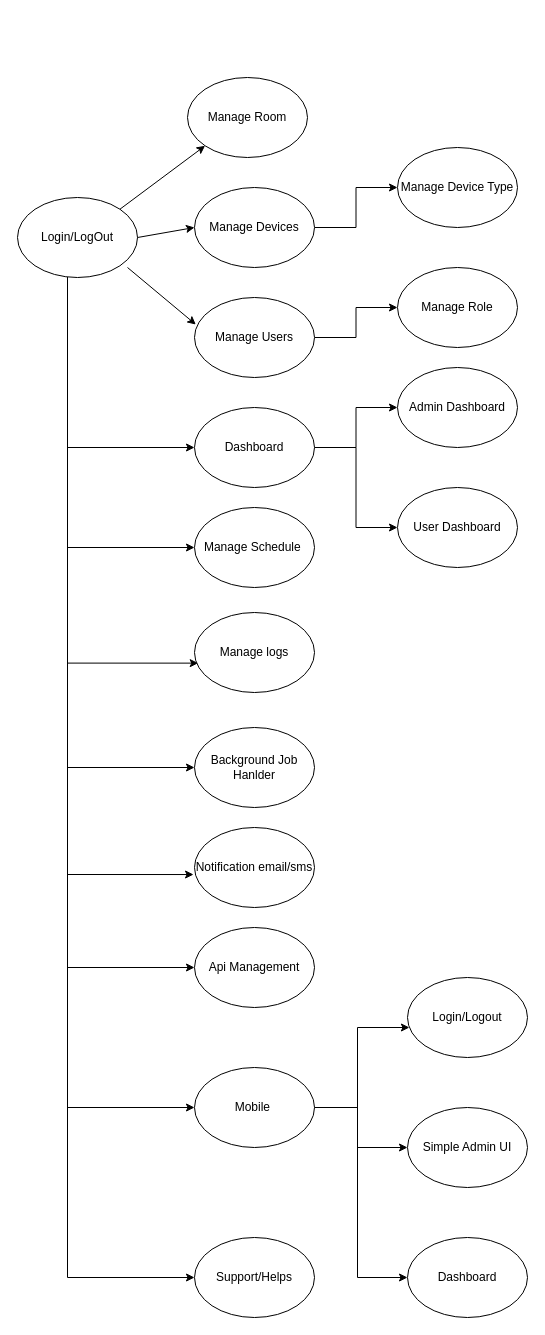
Earlier version of the draw.io diagram Untitled Diagram.drawio (luonghongthuan/share4you). Source tidied: cells renumbered, new cells numbered last; positions are measured from the earlier drawing's top-left corner, leaving out a move shared by most shapes. Both pictures are drawn from the tidied source at 100%, with x=0, y=0 at pixel (17, 77).
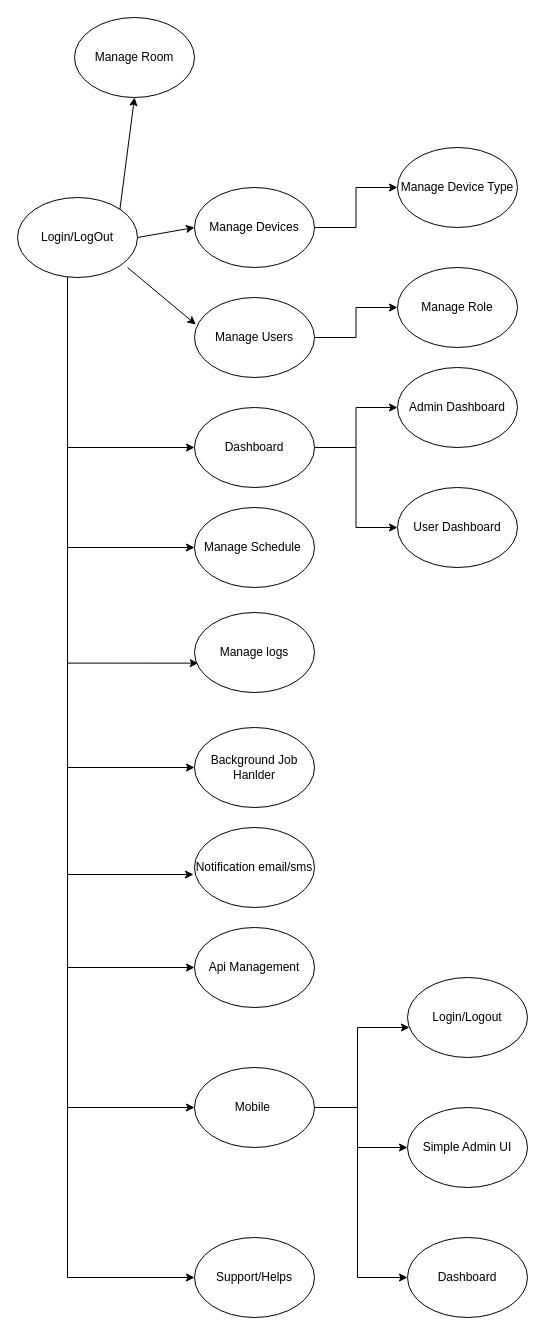
The same diagram, later.

Unchanged cells that the change refers to:
```xml
<mxCell id="15" value="Login/LogOut" style="ellipse;whiteSpace=wrap;html=1;" parent="1" vertex="1">
  <mxGeometry y="120" width="120" height="80" as="geometry" />
</mxCell>
```

Diff of the diagram source:
```diff
@@
     <mxCell id="2" value="Manage Room" style="ellipse;whiteSpace=wrap;html=1;" parent="1" vertex="1">
-      <mxGeometry x="170" width="120" height="80" as="geometry" />
+      <mxGeometry x="57" y="-60" width="120" height="80" as="geometry" />
     </mxCell>
@@
-    <mxCell id="16" style="endArrow=classic;html=1;entryX=0;entryY=1;entryDx=0;entryDy=0;exitX=1;exitY=0;exitDx=0;exitDy=0;" parent="1" edge="1" source="15" target="2">
+    <mxCell id="16" style="endArrow=classic;html=1;entryX=0.5;entryY=1;entryDx=0;entryDy=0;exitX=1;exitY=0;exitDx=0;exitDy=0;" parent="1" edge="1" source="15" target="2">
       <mxGeometry relative="1" as="geometry" />
     </mxCell>
```
